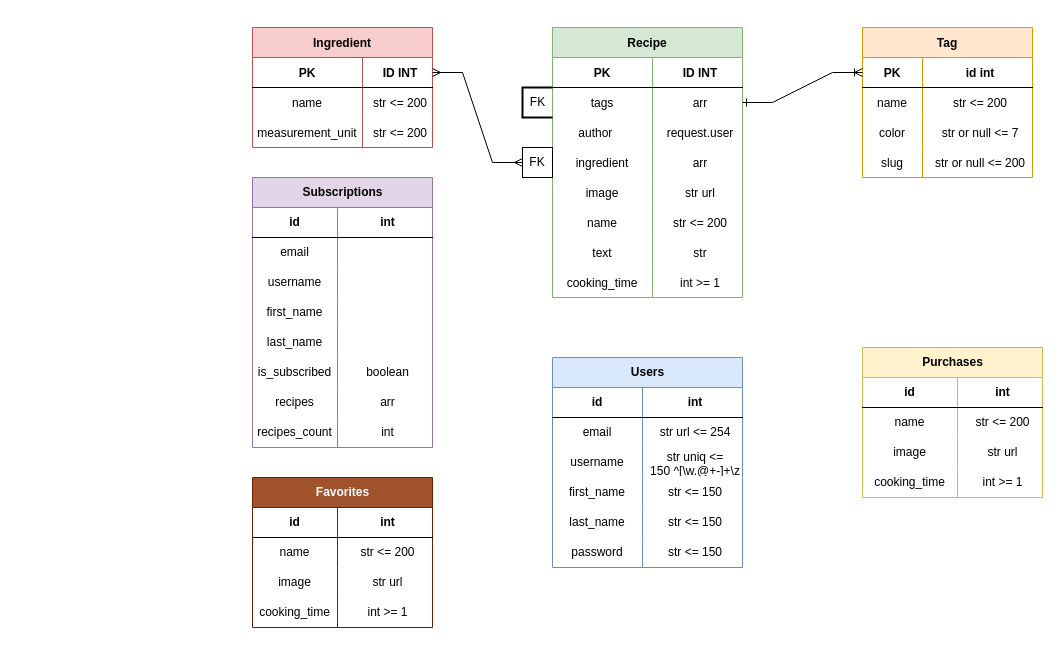
This is backend/Диаграмма без названия.drawio from Denriandro/foodgram-project-react, a draw.io file, before an edit. Source tidied: cells renumbered, new cells numbered last; positions are measured from the earlier drawing's top-left corner, leaving out a move shared by most shapes. Both pictures are drawn from the tidied source at 100%, with x=0, y=0 at pixel (252, 27).
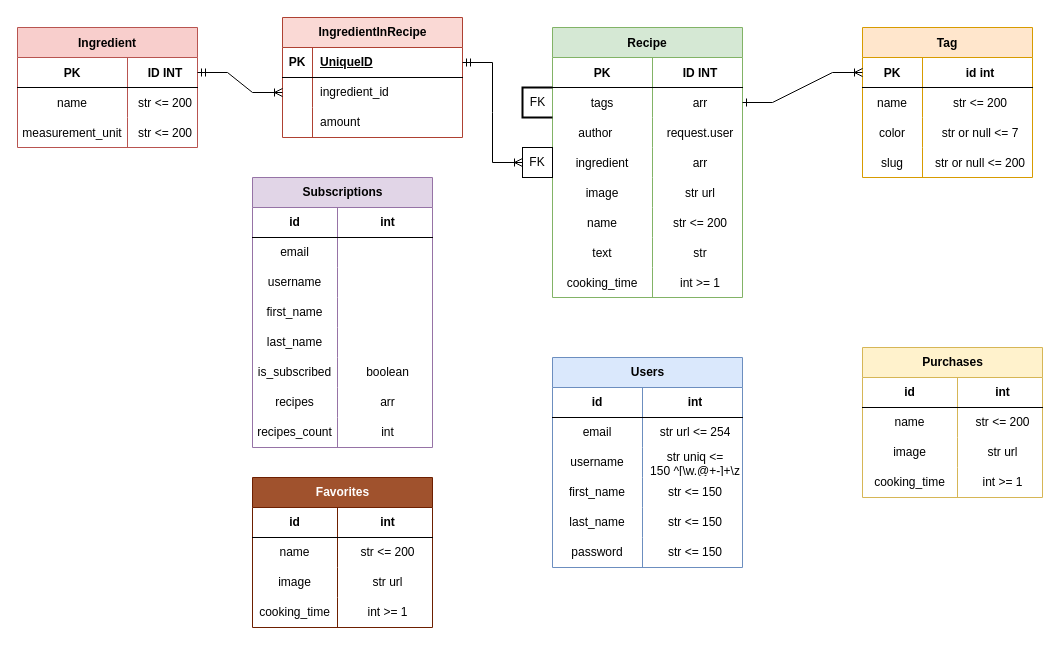
After the change.

The change refers to these unchanged cells:
```xml
<mxCell id="3" style="shape=partialRectangle;fillColor=none;points=[[0,0.5],[1,0.5]];portConstraint=eastwest;top=0;left=0;right=0;bottom=1;" parent="2" vertex="1">
  <mxGeometry y="30" width="180" height="30" as="geometry" />
</mxCell>
<mxCell id="122" value="FK" style="whiteSpace=wrap;html=1;align=center;" parent="1" vertex="1">
  <mxGeometry x="270" y="120" width="30" height="30" as="geometry" />
</mxCell>
```

What changed in the source:
```diff
@@
     <mxCell id="2" value="Ingredient" style="shape=table;startSize=30;childLayout=tableLayout;rowLines=0;fontStyle=1;align=center;fillColor=#f8cecc;strokeColor=#b85450;" parent="1" vertex="1">
-      <mxGeometry width="180" height="120" as="geometry" />
+      <mxGeometry x="-235" width="180" height="120" as="geometry" />
     </mxCell>
@@
-    <mxCell id="123" style="edgeStyle=entityRelationEdgeStyle;fontSize=12;html=1;endArrow=ERmany;startArrow=ERmany;rounded=0;entryX=0;entryY=0.5;entryDx=0;entryDy=0;exitX=1;exitY=0.5;exitDx=0;exitDy=0;" parent="1" edge="1" source="3" target="122">
-      <mxGeometry relative="1" as="geometry" />
-    </mxCell>
+    <mxCell id="124" value="IngredientInRecipe" style="shape=table;startSize=30;childLayout=tableLayout;rowLines=0;fontStyle=1;align=center;html=1;fillColor=#fad9d5;strokeColor=#ae4132;" parent="1" vertex="1">
+      <mxGeometry x="30" y="-10" width="180" height="120" as="geometry" />
+    </mxCell>
+    <mxCell id="125" style="shape=tableRow;horizontal=0;startSize=0;swimlaneHead=0;swimlaneBody=0;fillColor=none;points=[[0,0.5],[1,0.5]];portConstraint=eastwest;top=0;left=0;right=0;bottom=1;" parent="124" vertex="1">
+      <mxGeometry y="30" width="180" height="30" as="geometry" />
+    </mxCell>
+    <mxCell id="126" value="PK" style="shape=partialRectangle;fillColor=none;top=0;left=0;bottom=0;right=0;fontStyle=1;overflow=hidden;whiteSpace=wrap;html=1;" parent="125" vertex="1">
+      <mxGeometry width="30" height="30" as="geometry" />
+    </mxCell>
+    <mxCell id="127" value="UniqueID" style="shape=partialRectangle;fillColor=none;top=0;left=0;bottom=0;right=0;align=left;spacingLeft=6;fontStyle=5;overflow=hidden;whiteSpace=wrap;html=1;" parent="125" vertex="1">
+      <mxGeometry x="30" width="150" height="30" as="geometry" />
+    </mxCell>
+    <mxCell id="128" style="shape=tableRow;horizontal=0;startSize=0;swimlaneHead=0;swimlaneBody=0;fillColor=none;points=[[0,0.5],[1,0.5]];portConstraint=eastwest;top=0;left=0;right=0;bottom=0;" parent="124" vertex="1">
+      <mxGeometry y="60" width="180" height="30" as="geometry" />
+    </mxCell>
+    <mxCell id="129" style="shape=partialRectangle;fillColor=none;top=0;left=0;bottom=0;right=0;overflow=hidden;whiteSpace=wrap;html=1;" parent="128" vertex="1">
+      <mxGeometry width="30" height="30" as="geometry" />
+    </mxCell>
+    <mxCell id="130" value="ingredient_id" style="shape=partialRectangle;fillColor=none;top=0;left=0;bottom=0;right=0;align=left;spacingLeft=6;overflow=hidden;whiteSpace=wrap;html=1;" parent="128" vertex="1">
+      <mxGeometry x="30" width="150" height="30" as="geometry" />
+    </mxCell>
+    <mxCell id="131" style="shape=tableRow;horizontal=0;startSize=0;swimlaneHead=0;swimlaneBody=0;fillColor=none;top=0;left=0;right=0;bottom=0;" parent="124" vertex="1">
+      <mxGeometry y="90" width="180" height="30" as="geometry" />
+    </mxCell>
+    <mxCell id="132" style="shape=partialRectangle;fillColor=none;top=0;left=0;bottom=0;right=0;overflow=hidden;whiteSpace=wrap;html=1;" parent="131" vertex="1">
+      <mxGeometry width="30" height="30" as="geometry" />
+    </mxCell>
+    <mxCell id="133" value="amount" style="shape=partialRectangle;fillColor=none;top=0;left=0;bottom=0;right=0;align=left;spacingLeft=6;overflow=hidden;whiteSpace=wrap;html=1;" parent="131" vertex="1">
+      <mxGeometry x="30" width="150" height="30" as="geometry" />
+    </mxCell>
+    <mxCell id="134" style="edgeStyle=entityRelationEdgeStyle;fontSize=12;html=1;endArrow=ERoneToMany;startArrow=ERmandOne;rounded=0;entryX=0;entryY=0.5;entryDx=0;entryDy=0;exitX=1;exitY=0.5;exitDx=0;exitDy=0;" parent="1" edge="1" source="125" target="122">
+      <mxGeometry relative="1" as="geometry" />
+    </mxCell>
+    <mxCell id="135" style="edgeStyle=entityRelationEdgeStyle;fontSize=12;html=1;endArrow=ERoneToMany;startArrow=ERmandOne;rounded=0;entryX=0;entryY=0.5;entryDx=0;entryDy=0;exitX=1;exitY=0.5;exitDx=0;exitDy=0;" parent="1" edge="1" source="3" target="128">
+      <mxGeometry relative="1" as="geometry" />
+    </mxCell>
```
